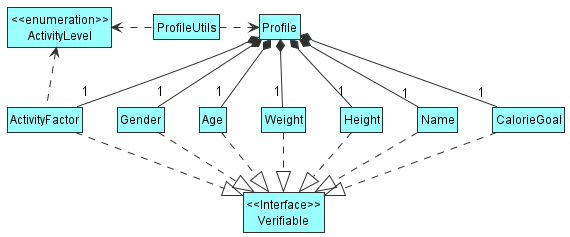
Earlier version of the PlantUML export docs/images/ProfileClassDiagram.png (tryyang2001/tp). Its source is kept beside it as docs/diagrams/ProfileClassDiagram.puml.
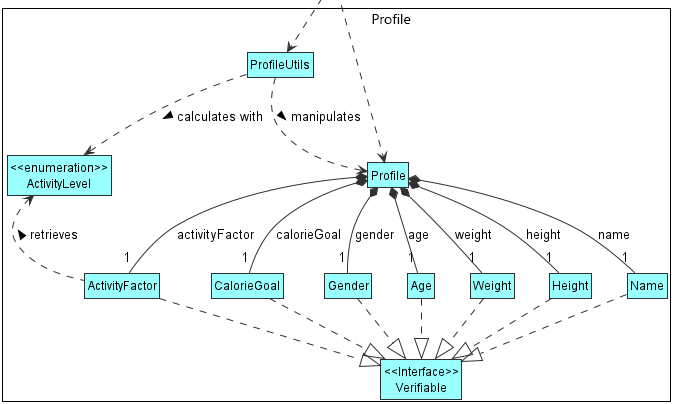
The same diagram one commit later.

What changed in the source:
```diff
@@ -17,16 +17,18 @@
 class "<<enumeration>>\nActivityLevel" DATA_COLOUR
 class "<<Interface>>\nVerifiable" DATA_COLOUR
 
-Profile *-- "1" Name
-Profile *-- "1" Height
-Profile *-- "1" Weight
-Profile *-- "1" Age
-Profile *-- "1" Gender
-Profile *-- "1" CalorieGoal
-Profile *-- "1" ActivityFactor
-ActivityFactor .up.> "<<enumeration>>\nActivityLevel"
-ProfileUtils .left.> "<<enumeration>>\nActivityLevel"
-Profile <.left. ProfileUtils
+ProfileUtils <.up. " "
+Profile <.up. " "
+Profile *-- "1" Name : name
+Profile *-- "1" Height : height
+Profile *-- "1" Weight : weight
+Profile *-- "1" Age : age
+Profile *-- "1" Gender : gender
+Profile *-- "1" CalorieGoal : calorieGoal
+Profile *-- "1" ActivityFactor : activityFactor
+ActivityFactor .up.> "<<enumeration>>\nActivityLevel" :> retrieves
+ProfileUtils .down.> "<<enumeration>>\nActivityLevel" :> calculates with
+Profile <.up. ProfileUtils :< manipulates
 
 "<<Interface>>\nVerifiable" <|.up. Name
 "<<Interface>>\nVerifiable" <|.up. Height
```
